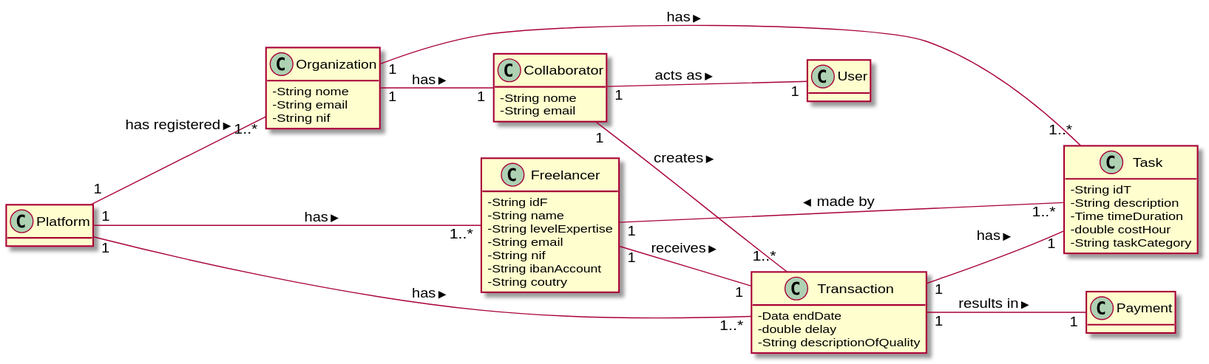
This is docs/UC4 - Create Payment Transaction/UC4_MD.svg from 1190452/LAPR2, a PlantUML export, as it was before one commit.
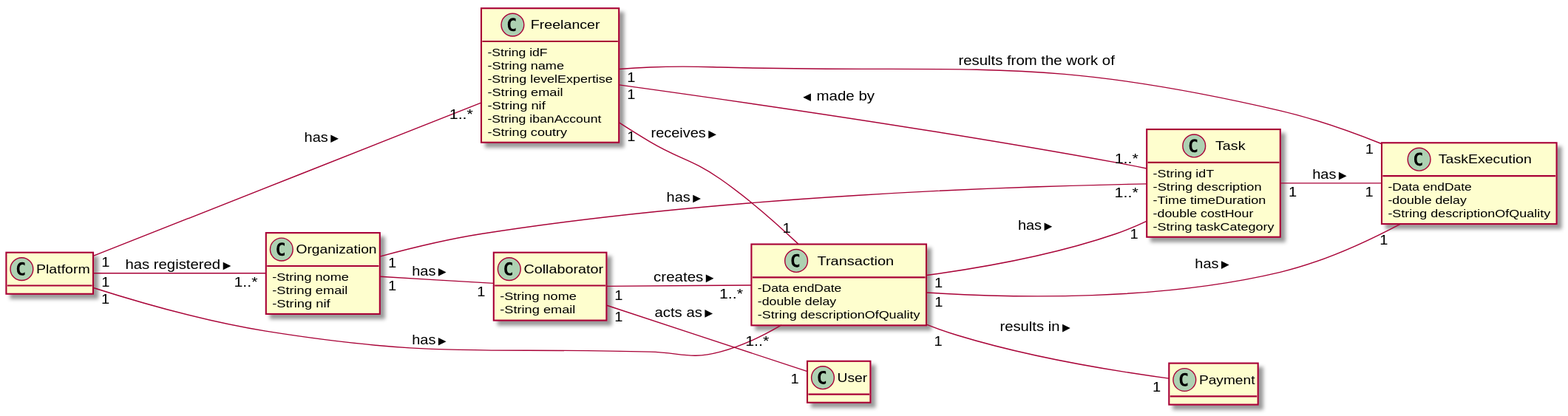
Later version of the same file.

Change to the diagram source:
```diff
@@ -45,6 +45,12 @@
   -String descriptionOfQuality
 }
 
+class TaskExecution{
+  -Data endDate
+  -double delay
+  -String descriptionOfQuality
+  }
+
 
 class Payment{
 }
@@ -61,4 +67,8 @@
 Transaction "1" -- "1" Task: has >
 Collaborator "1" -- "1..*" Transaction: creates >
 Collaborator "1" -- "1" User: acts as >
+
+Transaction "1" -- "1" TaskExecution: has >
+Task "1" -- "1" TaskExecution: has >
+Freelancer "1" -- "1" TaskExecution: results from the work of
 @enduml
```
